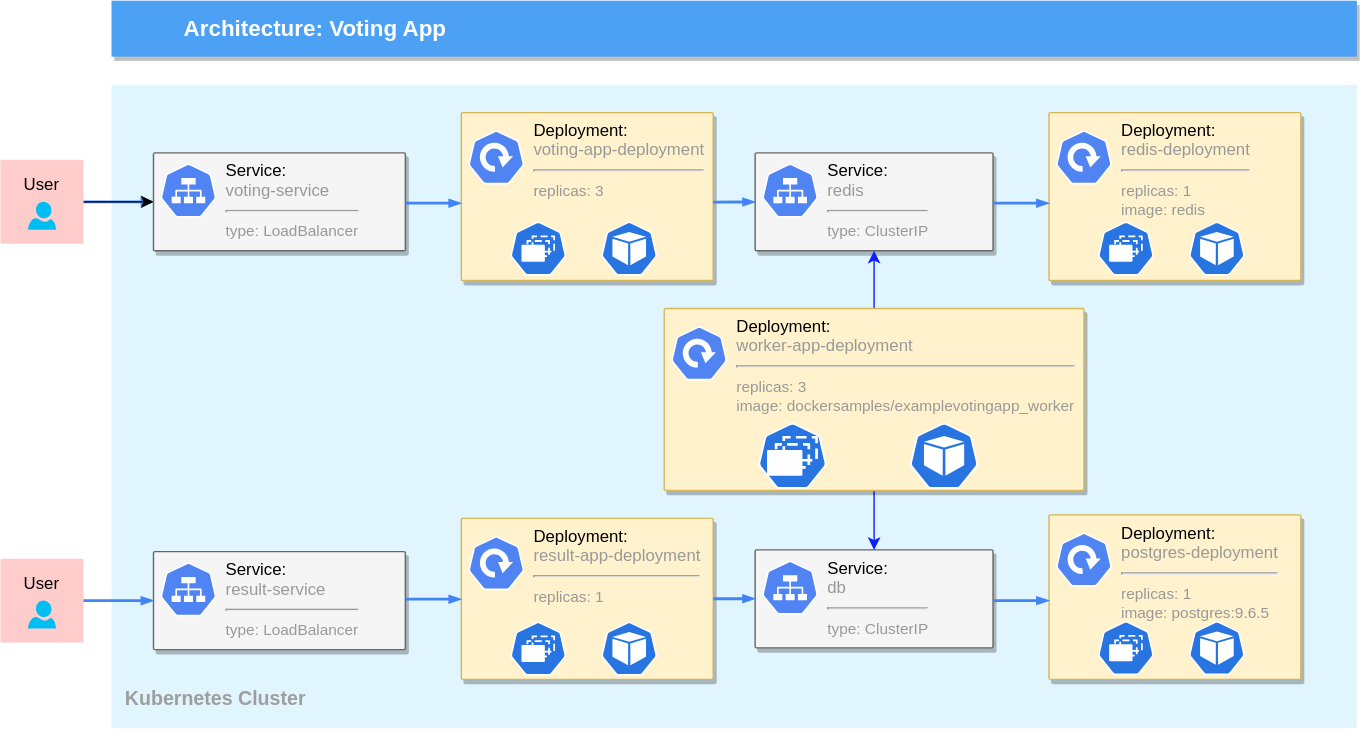
Before: images/voting_app_1.svg, a diagram exported from draw.io (ebd622/k8s-into). Source tidied: cells renumbered, new cells last; positions are measured from the earlier drawing's top-left corner, leaving out a move shared by most shapes.
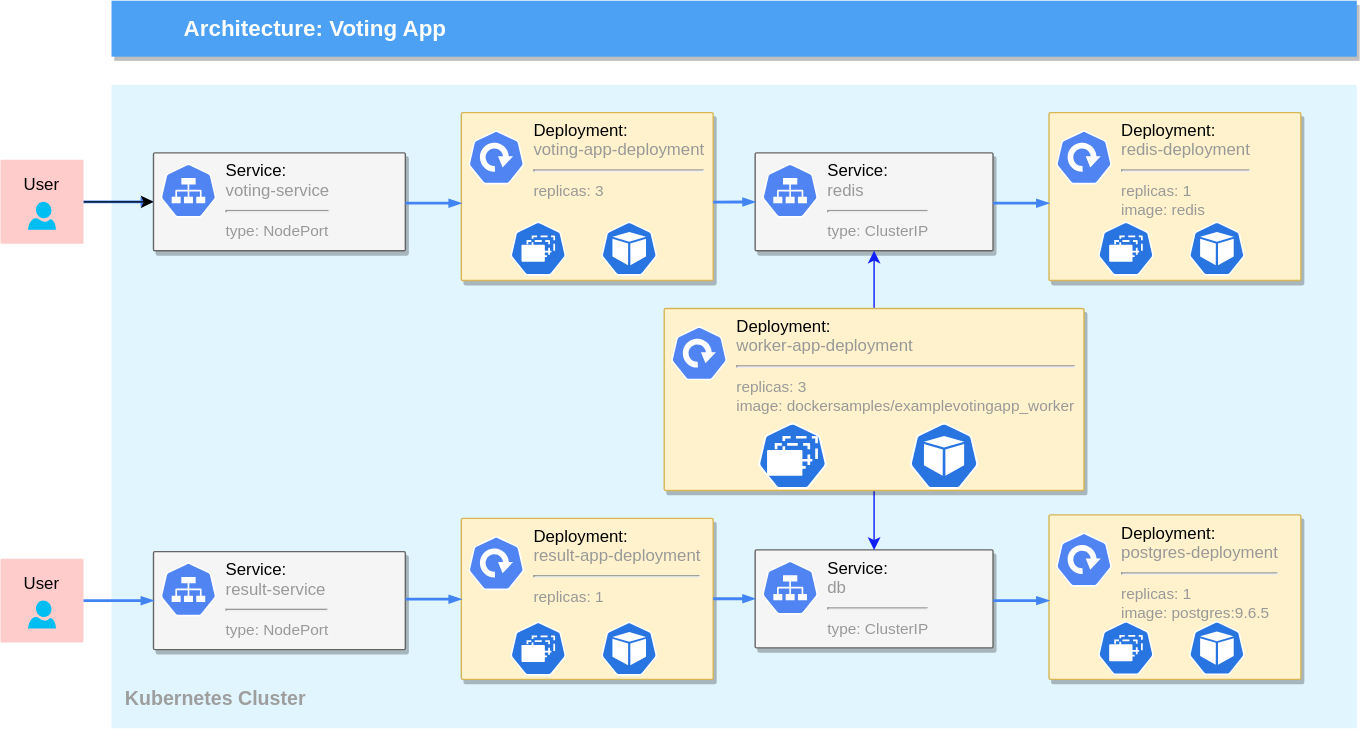
The same diagram one commit later.

The edit, as a diff of the source:
```diff
@@ -25,7 +25,7 @@
     <mxCell id="8" style="strokeColor=#666666;shadow=1;strokeWidth=1;rounded=1;absoluteArcSize=1;arcSize=2;fillColor=#f5f5f5;fontColor=#333333;" parent="1" vertex="1">
       <mxGeometry x="109" y="108.8" width="180" height="70" as="geometry" />
     </mxCell>
-    <mxCell id="9" value="&lt;font color=&quot;#000000&quot;&gt;Service:&amp;nbsp;&lt;/font&gt;&lt;br&gt;voting-service&lt;hr&gt;&lt;font style=&quot;font-size: 11px&quot;&gt;type: LoadBalancer&lt;/font&gt;" style="dashed=0;html=1;fillColor=#5184F3;strokeColor=none;shape=mxgraph.kubernetes.icon;prIcon=svc;labelPosition=right;verticalLabelPosition=middle;align=left;verticalAlign=top;spacingLeft=5;fontColor=#999999;fontSize=12;spacingTop=-8;" parent="8" vertex="1">
+    <mxCell id="9" value="&lt;font color=&quot;#000000&quot;&gt;Service:&amp;nbsp;&lt;/font&gt;&lt;br&gt;voting-service&lt;hr&gt;&lt;font style=&quot;font-size: 11px&quot;&gt;type: NodePort&lt;/font&gt;" style="dashed=0;html=1;fillColor=#5184F3;strokeColor=none;shape=mxgraph.kubernetes.icon;prIcon=svc;labelPosition=right;verticalLabelPosition=middle;align=left;verticalAlign=top;spacingLeft=5;fontColor=#999999;fontSize=12;spacingTop=-8;" parent="8" vertex="1">
       <mxGeometry width="40" height="40" relative="1" as="geometry">
         <mxPoint x="5" y="7" as="offset" />
       </mxGeometry>
@@ -33,7 +33,7 @@
     <mxCell id="10" style="strokeColor=#666666;shadow=1;strokeWidth=1;rounded=1;absoluteArcSize=1;arcSize=2;fillColor=#f5f5f5;fontColor=#333333;" parent="1" vertex="1">
       <mxGeometry x="109" y="393.8" width="180" height="70" as="geometry" />
     </mxCell>
-    <mxCell id="11" value="&lt;font color=&quot;#000000&quot;&gt;Service:&amp;nbsp;&lt;/font&gt;&lt;br&gt;result-service&lt;hr&gt;&lt;font style=&quot;font-size: 11px&quot;&gt;type: LoadBalancer&lt;/font&gt;" style="dashed=0;html=1;fillColor=#5184F3;strokeColor=none;shape=mxgraph.kubernetes.icon;prIcon=svc;labelPosition=right;verticalLabelPosition=middle;align=left;verticalAlign=top;spacingLeft=5;fontColor=#999999;fontSize=12;spacingTop=-8;" parent="10" vertex="1">
+    <mxCell id="11" value="&lt;font color=&quot;#000000&quot;&gt;Service:&amp;nbsp;&lt;/font&gt;&lt;br&gt;result-service&lt;hr&gt;&lt;font style=&quot;font-size: 11px&quot;&gt;type: NodePort&lt;/font&gt;" style="dashed=0;html=1;fillColor=#5184F3;strokeColor=none;shape=mxgraph.kubernetes.icon;prIcon=svc;labelPosition=right;verticalLabelPosition=middle;align=left;verticalAlign=top;spacingLeft=5;fontColor=#999999;fontSize=12;spacingTop=-8;" parent="10" vertex="1">
       <mxGeometry width="40" height="40" relative="1" as="geometry">
         <mxPoint x="5" y="7" as="offset" />
       </mxGeometry>
```
